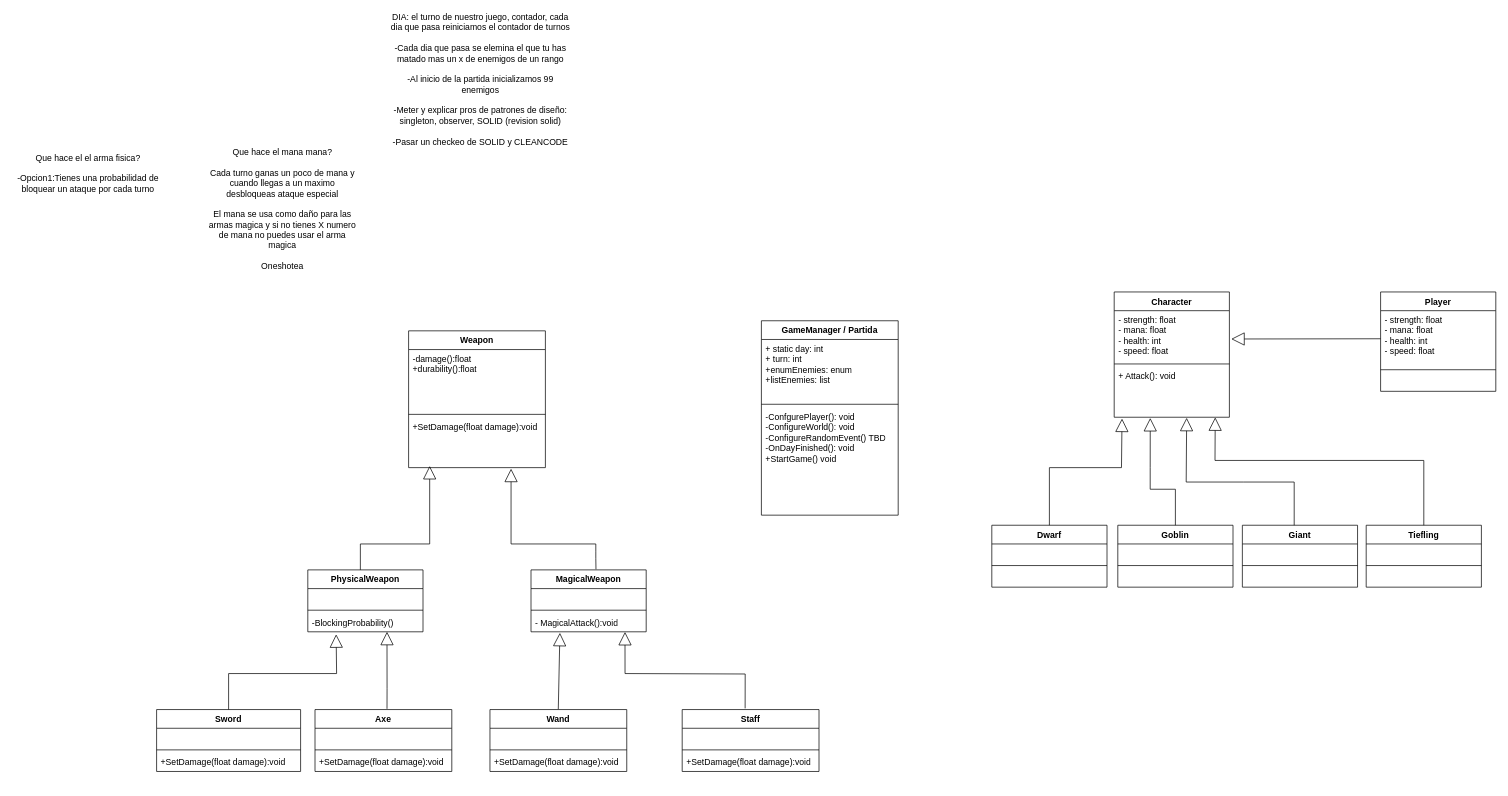
This is UMLD&D.drawio from Harfarf/BattleRoyaleInCpp, a draw.io file, before an edit. Source tidied: cells renumbered, new cells numbered last; positions are measured from the earlier drawing's top-left corner, leaving out a move shared by most shapes. Both pictures are drawn from the tidied source at 72%, with x=0, y=0 at pixel (12, 68).
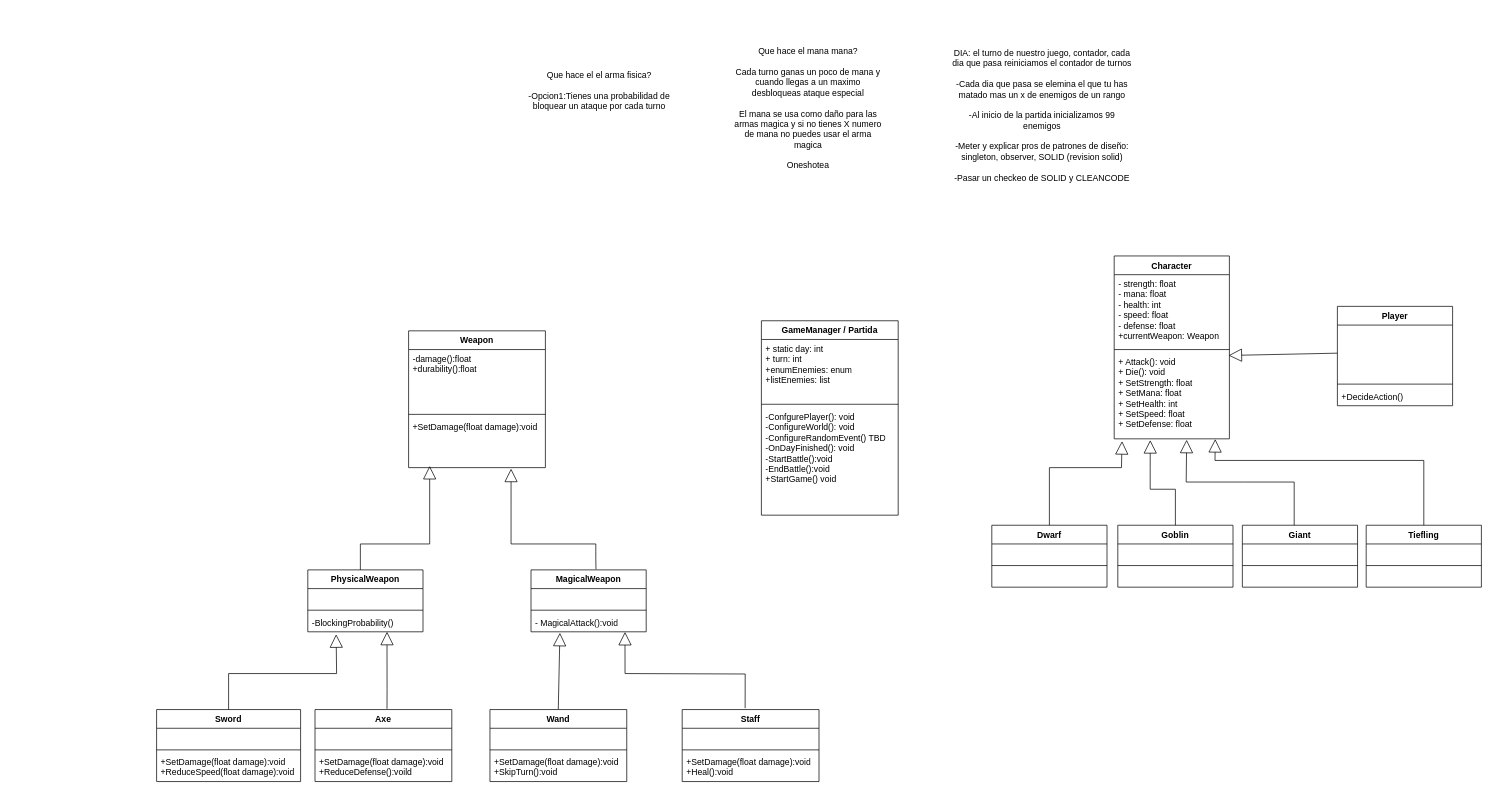
The same page after the edit.

Commit message (it also covers changes not shown here):
Primearas clases creadas y version 1 del diagrama

Unchanged cells that the change refers to:
```xml
<mxCell id="30" value="GameManager / Partida" style="swimlane;fontStyle=1;align=center;verticalAlign=top;horizontal=1;startSize=26;whiteSpace=wrap;html=1;" parent="1" vertex="1">
  <mxGeometry x="1040" y="350" width="190" height="270" as="geometry" />
</mxCell>
```

The edit, as a diff of the source:
```diff
@@
     <mxCell id="2" value="Character" style="swimlane;fontStyle=1;align=center;verticalAlign=top;horizontal=1;startSize=26;whiteSpace=wrap;html=1;" parent="1" vertex="1">
-      <mxGeometry x="1530" y="310" width="160" height="174" as="geometry" />
+      <mxGeometry x="1530" y="260" width="160" height="254" as="geometry" />
     </mxCell>
-    <mxCell id="3" value="&lt;div&gt;- strength: float&lt;div&gt;- mana: float&lt;/div&gt;&lt;div&gt;- health: int&lt;/div&gt;&lt;div&gt;- speed: float&lt;/div&gt;&lt;/div&gt;" style="text;strokeColor=none;fillColor=none;align=left;verticalAlign=top;spacingLeft=4;spacingRight=4;overflow=hidden;points=[[0,0.5],[1,0.5]];portConstraint=eastwest;whiteSpace=wrap;html=1;" parent="2" vertex="1">
-      <mxGeometry y="26" width="160" height="70" as="geometry" />
+    <mxCell id="3" value="&lt;div&gt;- strength: float&lt;div&gt;- mana: float&lt;/div&gt;&lt;div&gt;- health: int&lt;/div&gt;&lt;div&gt;- speed: float&lt;/div&gt;&lt;/div&gt;&lt;div&gt;- defense: float&lt;/div&gt;&lt;div&gt;+currentWeapon: Weapon&lt;/div&gt;" style="text;strokeColor=none;fillColor=none;align=left;verticalAlign=top;spacingLeft=4;spacingRight=4;overflow=hidden;points=[[0,0.5],[1,0.5]];portConstraint=eastwest;whiteSpace=wrap;html=1;" parent="2" vertex="1">
+      <mxGeometry y="26" width="160" height="100" as="geometry" />
     </mxCell>
     <mxCell id="4" style="line;strokeWidth=1;fillColor=none;align=left;verticalAlign=middle;spacingTop=-1;spacingLeft=3;spacingRight=3;labelPosition=right;strokeColor=inherit;labelPerimeter=1;" parent="2" vertex="1">
-      <mxGeometry y="96" width="160" height="8" as="geometry" />
+      <mxGeometry y="126" width="160" height="8" as="geometry" />
     </mxCell>
-    <mxCell id="5" value="+ Attack(): void" style="text;strokeColor=none;fillColor=none;align=left;verticalAlign=top;spacingLeft=4;spacingRight=4;overflow=hidden;points=[[0,0.5],[1,0.5]];portConstraint=eastwest;whiteSpace=wrap;html=1;" parent="2" vertex="1">
-      <mxGeometry y="104" width="160" height="70" as="geometry" />
+    <mxCell id="5" value="+ Attack(): void&lt;div&gt;+ Die(): void&lt;/div&gt;&lt;div&gt;&lt;div&gt;+ SetStrength: float&lt;div&gt;+ SetMana: float&lt;/div&gt;&lt;div&gt;+ SetHealth: int&lt;/div&gt;&lt;div&gt;+ SetSpeed: float&lt;/div&gt;&lt;/div&gt;&lt;div&gt;+ SetDefense: float&lt;/div&gt;&lt;/div&gt;" style="text;strokeColor=none;fillColor=none;align=left;verticalAlign=top;spacingLeft=4;spacingRight=4;overflow=hidden;points=[[0,0.5],[1,0.5]];portConstraint=eastwest;whiteSpace=wrap;html=1;" parent="2" vertex="1">
+      <mxGeometry y="134" width="160" height="120" as="geometry" />
     </mxCell>
     <mxCell id="6" value="Player" style="swimlane;fontStyle=1;align=center;verticalAlign=top;horizontal=1;startSize=26;whiteSpace=wrap;html=1;" parent="1" vertex="1">
-      <mxGeometry x="1900" y="310" width="160" height="138" as="geometry" />
+      <mxGeometry x="1840" y="330" width="160" height="138" as="geometry" />
     </mxCell>
-    <mxCell id="7" value="- strength: float&lt;div&gt;- mana: float&lt;/div&gt;&lt;div&gt;- health: int&lt;/div&gt;&lt;div&gt;- speed: float&lt;/div&gt;" style="text;strokeColor=none;fillColor=none;align=left;verticalAlign=top;spacingLeft=4;spacingRight=4;overflow=hidden;points=[[0,0.5],[1,0.5]];portConstraint=eastwest;whiteSpace=wrap;html=1;" parent="6" vertex="1">
+    <mxCell id="7" value="&amp;nbsp;" style="text;strokeColor=none;fillColor=none;align=left;verticalAlign=top;spacingLeft=4;spacingRight=4;overflow=hidden;points=[[0,0.5],[1,0.5]];portConstraint=eastwest;whiteSpace=wrap;html=1;" parent="6" vertex="1">
       <mxGeometry y="26" width="160" height="78" as="geometry" />
     </mxCell>
@@
-    <mxCell id="9" value="&amp;nbsp;" style="text;strokeColor=none;fillColor=none;align=left;verticalAlign=top;spacingLeft=4;spacingRight=4;overflow=hidden;whiteSpace=wrap;html=1;" parent="6" vertex="1">
+    <mxCell id="9" value="+DecideAction()" style="text;strokeColor=none;fillColor=none;align=left;verticalAlign=top;spacingLeft=4;spacingRight=4;overflow=hidden;whiteSpace=wrap;html=1;" parent="6" vertex="1">
       <mxGeometry y="112" width="160" height="26" as="geometry" />
     </mxCell>
@@
-    <mxCell id="33" value="&lt;div&gt;-ConfgurePlayer(): void&lt;/div&gt;&lt;div&gt;-ConfigureWorld(): void&lt;/div&gt;&lt;div&gt;-ConfigureRandomEvent() TBD&lt;/div&gt;&lt;div&gt;-OnDayFinished(): void&lt;/div&gt;&lt;div&gt;+StartGame() void&lt;/div&gt;" style="text;strokeColor=none;fillColor=none;align=left;verticalAlign=top;spacingLeft=4;spacingRight=4;overflow=hidden;whiteSpace=wrap;html=1;" parent="30" vertex="1">
+    <mxCell id="33" value="&lt;div&gt;-ConfgurePlayer(): void&lt;/div&gt;&lt;div&gt;-ConfigureWorld(): void&lt;/div&gt;&lt;div&gt;-ConfigureRandomEvent() TBD&lt;/div&gt;&lt;div&gt;-OnDayFinished(): void&lt;/div&gt;&lt;div&gt;-StartBattle():void&lt;/div&gt;&lt;div&gt;-EndBattle():void&lt;/div&gt;&lt;div&gt;+StartGame() void&lt;/div&gt;" style="text;strokeColor=none;fillColor=none;align=left;verticalAlign=top;spacingLeft=4;spacingRight=4;overflow=hidden;whiteSpace=wrap;html=1;" parent="30" vertex="1">
       <mxGeometry y="120" width="190" height="150" as="geometry" />
     </mxCell>
@@
     <mxCell id="38" value="DIA: el turno de nuestro juego, contador, cada dia que pasa reiniciamos el contador de turnos&lt;div&gt;&lt;br&gt;&lt;/div&gt;&lt;div&gt;-Cada dia que pasa se elemina el que tu has matado mas un x de enemigos de un rango&lt;/div&gt;&lt;div&gt;&lt;br&gt;&lt;/div&gt;&lt;div&gt;-Al inicio de la partida inicializamos 99 enemigos&lt;/div&gt;&lt;div&gt;&lt;br&gt;&lt;/div&gt;&lt;div&gt;-Meter y explicar pros de patrones de diseño: singleton, observer, SOLID (revision solid)&lt;/div&gt;&lt;div&gt;&lt;br&gt;&lt;/div&gt;&lt;div&gt;-Pasar un checkeo de SOLID y CLEANCODE&lt;/div&gt;" style="text;html=1;whiteSpace=wrap;strokeColor=none;fillColor=none;align=center;verticalAlign=middle;rounded=0;" parent="1" vertex="1">
-      <mxGeometry x="520" width="260" height="30" as="geometry" />
+      <mxGeometry x="1300" y="50" width="260" height="30" as="geometry" />
     </mxCell>
     <mxCell id="39" value="Sword" style="swimlane;fontStyle=1;align=center;verticalAlign=top;horizontal=1;startSize=26;whiteSpace=wrap;html=1;" parent="1" vertex="1">
-      <mxGeometry x="200" y="890" width="200" height="86" as="geometry" />
+      <mxGeometry x="200" y="890" width="200" height="100" as="geometry" />
     </mxCell>
@@
-    <mxCell id="42" value="+SetDamage(float damage):void" style="text;strokeColor=none;fillColor=none;align=left;verticalAlign=top;spacingLeft=4;spacingRight=4;overflow=hidden;whiteSpace=wrap;html=1;" parent="39" vertex="1">
-      <mxGeometry y="60" width="200" height="26" as="geometry" />
+    <mxCell id="42" value="+SetDamage(float damage):void&lt;div&gt;+ReduceSpeed(float damage):void&lt;/div&gt;" style="text;strokeColor=none;fillColor=none;align=left;verticalAlign=top;spacingLeft=4;spacingRight=4;overflow=hidden;whiteSpace=wrap;html=1;" parent="39" vertex="1">
+      <mxGeometry y="60" width="200" height="40" as="geometry" />
     </mxCell>
     <mxCell id="43" value="Staff" style="swimlane;fontStyle=1;align=center;verticalAlign=top;horizontal=1;startSize=26;whiteSpace=wrap;html=1;" parent="1" vertex="1">
-      <mxGeometry x="930" y="890" width="190" height="86" as="geometry" />
+      <mxGeometry x="930" y="890" width="190" height="100" as="geometry" />
     </mxCell>
@@
-    <mxCell id="46" value="+SetDamage(float damage):void" style="text;strokeColor=none;fillColor=none;align=left;verticalAlign=top;spacingLeft=4;spacingRight=4;overflow=hidden;whiteSpace=wrap;html=1;" parent="43" vertex="1">
-      <mxGeometry y="60" width="190" height="26" as="geometry" />
+    <mxCell id="46" value="+SetDamage(float damage):void&lt;div&gt;+Heal():void&lt;/div&gt;" style="text;strokeColor=none;fillColor=none;align=left;verticalAlign=top;spacingLeft=4;spacingRight=4;overflow=hidden;whiteSpace=wrap;html=1;" parent="43" vertex="1">
+      <mxGeometry y="60" width="190" height="40" as="geometry" />
     </mxCell>
     <mxCell id="47" value="Wand" style="swimlane;fontStyle=1;align=center;verticalAlign=top;horizontal=1;startSize=26;whiteSpace=wrap;html=1;" parent="1" vertex="1">
-      <mxGeometry x="663" y="890" width="190" height="86" as="geometry" />
+      <mxGeometry x="663" y="890" width="190" height="100" as="geometry" />
     </mxCell>
@@
-    <mxCell id="50" value="+SetDamage(float damage):void" style="text;strokeColor=none;fillColor=none;align=left;verticalAlign=top;spacingLeft=4;spacingRight=4;overflow=hidden;whiteSpace=wrap;html=1;" parent="47" vertex="1">
-      <mxGeometry y="60" width="190" height="26" as="geometry" />
+    <mxCell id="50" value="+SetDamage(float damage):void&lt;div&gt;+SkipTurn():void&lt;/div&gt;" style="text;strokeColor=none;fillColor=none;align=left;verticalAlign=top;spacingLeft=4;spacingRight=4;overflow=hidden;whiteSpace=wrap;html=1;" parent="47" vertex="1">
+      <mxGeometry y="60" width="190" height="40" as="geometry" />
     </mxCell>
     <mxCell id="51" value="Axe" style="swimlane;fontStyle=1;align=center;verticalAlign=top;horizontal=1;startSize=26;whiteSpace=wrap;html=1;" parent="1" vertex="1">
-      <mxGeometry x="420" y="890" width="190" height="86" as="geometry" />
+      <mxGeometry x="420" y="890" width="190" height="100" as="geometry" />
     </mxCell>
@@
-    <mxCell id="54" value="+SetDamage(float damage):void" style="text;strokeColor=none;fillColor=none;align=left;verticalAlign=top;spacingLeft=4;spacingRight=4;overflow=hidden;whiteSpace=wrap;html=1;" parent="51" vertex="1">
-      <mxGeometry y="60" width="190" height="26" as="geometry" />
+    <mxCell id="54" value="+SetDamage(float damage):void&lt;div&gt;+ReduceDefense():voild&lt;/div&gt;" style="text;strokeColor=none;fillColor=none;align=left;verticalAlign=top;spacingLeft=4;spacingRight=4;overflow=hidden;whiteSpace=wrap;html=1;" parent="51" vertex="1">
+      <mxGeometry y="60" width="190" height="40" as="geometry" />
     </mxCell>
@@
     <mxCell id="69" value="Que hace el mana mana?&lt;div&gt;&lt;br&gt;&lt;/div&gt;&lt;div&gt;Cada turno ganas un poco de mana y cuando llegas a un maximo desbloqueas ataque especial&lt;/div&gt;&lt;div&gt;&lt;br&gt;&lt;/div&gt;&lt;div&gt;El mana se usa como daño para las armas magica y si no tienes X numero de mana no puedes usar el arma magica&lt;/div&gt;&lt;div&gt;&lt;br&gt;&lt;/div&gt;&lt;div&gt;Oneshotea&lt;/div&gt;" style="text;html=1;whiteSpace=wrap;strokeColor=none;fillColor=none;align=center;verticalAlign=middle;rounded=0;" parent="1" vertex="1">
-      <mxGeometry x="270" y="80" width="210" height="230" as="geometry" />
+      <mxGeometry x="1000" y="-60" width="210" height="230" as="geometry" />
     </mxCell>
     <mxCell id="70" value="Que hace el el arma fisica?&lt;div&gt;&lt;br&gt;&lt;/div&gt;&lt;div&gt;-Opcion1:Tienes una probabilidad de bloquear un ataque por cada turno&lt;/div&gt;" style="text;html=1;whiteSpace=wrap;strokeColor=none;fillColor=none;align=center;verticalAlign=middle;rounded=0;" parent="1" vertex="1">
-      <mxGeometry y="80" width="210" height="130" as="geometry" />
+      <mxGeometry x="710" y="-35" width="210" height="130" as="geometry" />
     </mxCell>
-    <mxCell id="71" style="endArrow=block;endSize=16;endFill=0;html=1;rounded=0;defaultLabelBackgroundColor=page;entryX=1.016;entryY=0.562;entryDx=0;entryDy=0;exitX=0;exitY=0.5;exitDx=0;exitDy=0;entryPerimeter=0;" parent="1" edge="1" source="7" target="3">
+    <mxCell id="71" style="endArrow=block;endSize=16;endFill=0;html=1;rounded=0;defaultLabelBackgroundColor=page;entryX=0.993;entryY=0.035;entryDx=0;entryDy=0;exitX=0;exitY=0.5;exitDx=0;exitDy=0;entryPerimeter=0;" parent="1" edge="1" source="7" target="5">
       <mxGeometry relative="1" as="geometry" />
     </mxCell>
```
